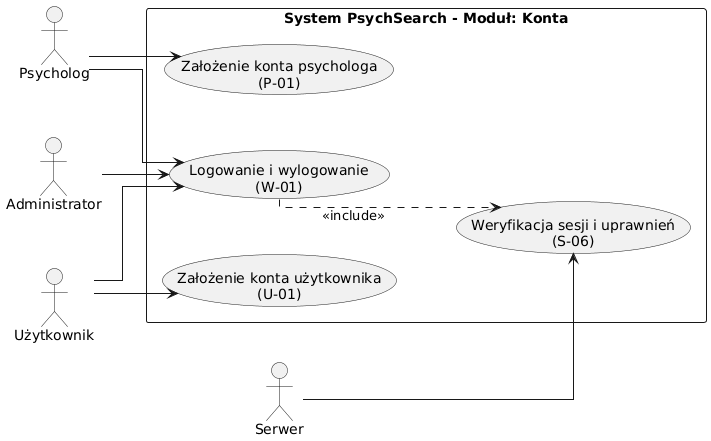
paw10x/PsychSearch keeps this PlantUML diagram as checkpoint_1/use_case_diagrams/konta.png. Above is the earlier version.
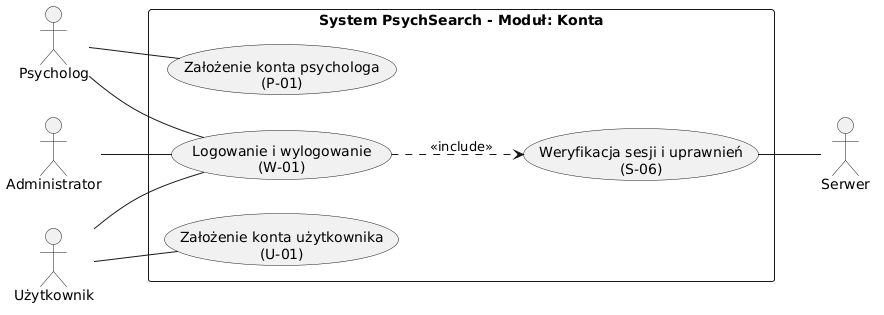
Above is the later version.

The edit, as a diff of the source:
```diff
@@ -1,37 +1,26 @@
 @startuml
 left to right direction
+skinparam packageStyle rectangle
 
-skinparam packageStyle rectangle
-skinparam linetype ortho
-skinparam nodesep 55
-skinparam ranksep 60
+actor Psycholog as P
+actor Administrator as A
+actor Użytkownik as U
+actor Serwer as S
 
-actor "Psycholog" as Psychologist
-actor "Użytkownik" as User
-actor "Administrator" as Admin
-actor "Serwer" as Server
-
-rectangle "System PsychSearch - Moduł: Konta" {
-
-    usecase "Założenie konta psychologa\n(P-01)" as P01
-
-    usecase "Logowanie i wylogowanie\n(W-01)" as W01
-
-    usecase "Założenie konta użytkownika\n(U-01)" as U01
-
-    usecase "Weryfikacja sesji i uprawnień\n(S-06)" as S06
+package "System PsychSearch - Moduł: Konta" {
+    usecase "Założenie konta psychologa\n(P-01)" as UC_P01
+    usecase "Logowanie i wylogowanie\n(W-01)" as UC_W01
+    usecase "Założenie konta użytkownika\n(U-01)" as UC_U01
+    usecase "Weryfikacja sesji i uprawnień\n(S-06)" as UC_S06
 }
 
+P -- UC_P01
+P -- UC_W01
+A -- UC_W01
+U -- UC_W01
+U -- UC_U01
 
-Psychologist --> P01
-Psychologist --> W01
+UC_S06 -- S
 
-User --> U01
-User --> W01
-
-Admin --> W01
-
-Server --> S06
-
-W01 ..> S06 : <<include>>
+UC_W01 ..> UC_S06 : <<include>>
 @enduml
```
